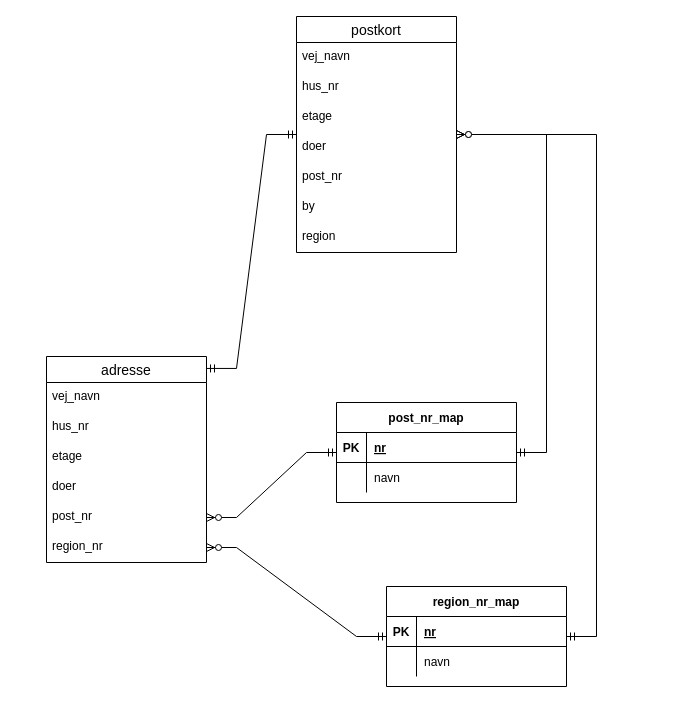
Above: str-opg-01/editable/er_diagram.drawio in camper0008/mysql-h1-practice (draw.io), before the change. Source tidied: cells renumbered, new cells numbered last; positions are measured from the earlier drawing's top-left corner, leaving out a move shared by most shapes. Both pictures are drawn from the tidied source at 100%, with x=0, y=0 at pixel (46, 16).
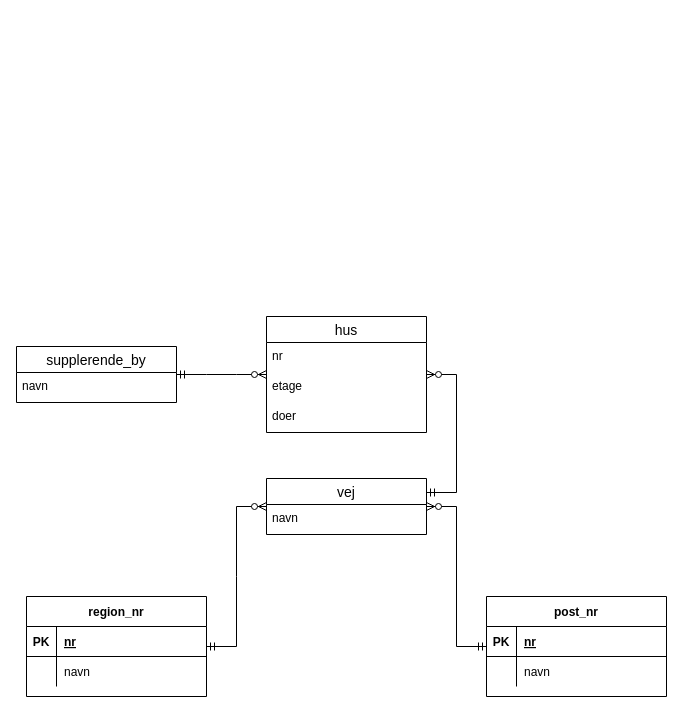
The same page after the edit.

Diff of the diagram source:
```diff
@@
-    <mxCell id="2" value="postkort" style="swimlane;fontStyle=0;horizontal=1;startSize=26;align=center;fontSize=14;" parent="1" vertex="1">
-      <mxGeometry x="250" width="160" height="236" as="geometry" />
+    <mxCell id="2" value="hus" style="swimlane;fontStyle=0;horizontal=1;startSize=26;align=center;fontSize=14;" parent="1" vertex="1">
+      <mxGeometry x="220" y="300" width="160" height="116" as="geometry" />
     </mxCell>
-    <mxCell id="3" value="vej_navn" style="text;strokeColor=none;fillColor=none;spacingLeft=4;spacingRight=4;overflow=hidden;fontSize=12;" parent="2" vertex="1">
-      <mxGeometry y="26" width="160" height="30" as="geometry" />
-    </mxCell>
-    <mxCell id="4" value="hus_nr" style="text;strokeColor=none;fillColor=none;spacingLeft=4;spacingRight=4;overflow=hidden;fontSize=12;" parent="2" vertex="1">
-      <mxGeometry y="56" width="160" height="30" as="geometry" />
+    <mxCell id="4" value="nr" style="text;strokeColor=none;fillColor=none;spacingLeft=4;spacingRight=4;overflow=hidden;fontSize=12;" parent="2" vertex="1">
+      <mxGeometry y="26" width="160" height="30" as="geometry" />
     </mxCell>
     <mxCell id="5" value="etage" style="text;strokeColor=none;fillColor=none;spacingLeft=4;spacingRight=4;overflow=hidden;fontSize=12;" parent="2" vertex="1">
-      <mxGeometry y="86" width="160" height="30" as="geometry" />
+      <mxGeometry y="56" width="160" height="30" as="geometry" />
     </mxCell>
     <mxCell id="6" value="doer" style="text;strokeColor=none;fillColor=none;spacingLeft=4;spacingRight=4;overflow=hidden;fontSize=12;" parent="2" vertex="1">
-      <mxGeometry y="116" width="160" height="30" as="geometry" />
+      <mxGeometry y="86" width="160" height="30" as="geometry" />
     </mxCell>
-    <mxCell id="7" value="post_nr" style="text;strokeColor=none;fillColor=none;spacingLeft=4;spacingRight=4;overflow=hidden;fontSize=12;" parent="2" vertex="1">
-      <mxGeometry y="146" width="160" height="30" as="geometry" />
-    </mxCell>
-    <mxCell id="8" value="by" style="text;strokeColor=none;fillColor=none;spacingLeft=4;spacingRight=4;overflow=hidden;fontSize=12;" parent="2" vertex="1">
-      <mxGeometry y="176" width="160" height="30" as="geometry" />
-    </mxCell>
-    <mxCell id="9" value="region" style="text;strokeColor=none;fillColor=none;spacingLeft=4;spacingRight=4;overflow=hidden;fontSize=12;" parent="2" vertex="1">
-      <mxGeometry y="206" width="160" height="30" as="geometry" />
-    </mxCell>
-    <mxCell id="10" value="adresse" style="swimlane;fontStyle=0;horizontal=1;startSize=26;align=center;fontSize=14;" parent="1" vertex="1">
-      <mxGeometry y="340" width="160" height="206" as="geometry" />
+    <mxCell id="10" value="vej" style="swimlane;fontStyle=0;horizontal=1;startSize=26;align=center;fontSize=14;" parent="1" vertex="1">
+      <mxGeometry x="220" y="462" width="160" height="56" as="geometry" />
     </mxCell>
-    <mxCell id="11" value="vej_navn" style="text;strokeColor=none;fillColor=none;spacingLeft=4;spacingRight=4;overflow=hidden;fontSize=12;" parent="10" vertex="1">
+    <mxCell id="11" value="navn" style="text;strokeColor=none;fillColor=none;spacingLeft=4;spacingRight=4;overflow=hidden;fontSize=12;" parent="10" vertex="1">
       <mxGeometry y="26" width="160" height="30" as="geometry" />
     </mxCell>
-    <mxCell id="12" value="hus_nr" style="text;strokeColor=none;fillColor=none;spacingLeft=4;spacingRight=4;overflow=hidden;fontSize=12;" parent="10" vertex="1">
-      <mxGeometry y="56" width="160" height="30" as="geometry" />
-    </mxCell>
-    <mxCell id="13" value="etage" style="text;strokeColor=none;fillColor=none;spacingLeft=4;spacingRight=4;overflow=hidden;fontSize=12;" parent="10" vertex="1">
-      <mxGeometry y="86" width="160" height="30" as="geometry" />
-    </mxCell>
-    <mxCell id="14" value="doer" style="text;strokeColor=none;fillColor=none;spacingLeft=4;spacingRight=4;overflow=hidden;fontSize=12;" parent="10" vertex="1">
-      <mxGeometry y="116" width="160" height="30" as="geometry" />
-    </mxCell>
-    <mxCell id="15" value="post_nr" style="text;strokeColor=none;fillColor=none;spacingLeft=4;spacingRight=4;overflow=hidden;points=[[0,0.5],[1,0.5]];portConstraint=eastwest;fontSize=12;" parent="10" vertex="1">
-      <mxGeometry y="146" width="160" height="30" as="geometry" />
-    </mxCell>
-    <mxCell id="16" value="region_nr" style="text;strokeColor=none;fillColor=none;spacingLeft=4;spacingRight=4;overflow=hidden;points=[[0,0.5],[1,0.5]];portConstraint=eastwest;fontSize=12;" parent="10" vertex="1">
-      <mxGeometry y="176" width="160" height="30" as="geometry" />
-    </mxCell>
-    <mxCell id="17" style="edgeStyle=entityRelationEdgeStyle;fontSize=12;html=1;endArrow=ERmandOne;startArrow=ERmandOne;rounded=0;strokeWidth=1;exitX=1;exitY=0.058;exitDx=0;exitDy=0;exitPerimeter=0;" parent="1" edge="1" source="10" target="2">
-      <mxGeometry relative="1" as="geometry" />
-    </mxCell>
-    <mxCell id="18" value="post_nr_map" style="shape=table;startSize=30;childLayout=tableLayout;rowLines=0;fontStyle=1;align=center;" parent="1" vertex="1">
-      <mxGeometry x="290" y="386" width="180" height="100" as="geometry" />
-    </mxCell>
-    <mxCell id="19" style="shape=tableRow;horizontal=0;startSize=0;swimlaneHead=0;swimlaneBody=0;fillColor=none;top=0;left=0;right=0;bottom=1;" parent="18" vertex="1">
-      <mxGeometry y="30" width="180" height="30" as="geometry" />
-    </mxCell>
-    <mxCell id="20" value="PK" style="shape=partialRectangle;fillColor=none;top=0;left=0;bottom=0;right=0;fontStyle=1;overflow=hidden;" parent="19" vertex="1">
-      <mxGeometry width="30" height="30" as="geometry" />
-    </mxCell>
-    <mxCell id="21" value="nr" style="shape=partialRectangle;fillColor=none;top=0;left=0;bottom=0;right=0;align=left;spacingLeft=6;fontStyle=5;overflow=hidden;" parent="19" vertex="1">
-      <mxGeometry x="30" width="150" height="30" as="geometry" />
-    </mxCell>
-    <mxCell id="22" style="shape=tableRow;horizontal=0;startSize=0;swimlaneHead=0;swimlaneBody=0;fillColor=none;top=0;left=0;right=0;bottom=0;" parent="18" vertex="1">
-      <mxGeometry y="60" width="180" height="30" as="geometry" />
-    </mxCell>
-    <mxCell id="23" style="shape=partialRectangle;fillColor=none;top=0;left=0;bottom=0;right=0;overflow=hidden;" parent="22" vertex="1">
-      <mxGeometry width="30" height="30" as="geometry" />
-    </mxCell>
-    <mxCell id="24" value="navn" style="shape=partialRectangle;fillColor=none;top=0;left=0;bottom=0;right=0;align=left;spacingLeft=6;overflow=hidden;" parent="22" vertex="1">
-      <mxGeometry x="30" width="150" height="30" as="geometry" />
-    </mxCell>
-    <mxCell id="25" value="region_nr_map" style="shape=table;startSize=30;childLayout=tableLayout;rowLines=0;fontStyle=1;align=center;" parent="1" vertex="1">
-      <mxGeometry x="340" y="570" width="180" height="100" as="geometry" />
+    <mxCell id="25" value="region_nr" style="shape=table;startSize=30;childLayout=tableLayout;rowLines=0;fontStyle=1;align=center;" parent="1" vertex="1">
+      <mxGeometry x="-20" y="580" width="180" height="100" as="geometry" />
     </mxCell>
@@
-    <mxCell id="32" style="edgeStyle=entityRelationEdgeStyle;fontSize=12;html=1;endArrow=ERzeroToMany;startArrow=ERmandOne;rounded=0;strokeWidth=1;" parent="1" edge="1" source="25" target="16">
+    <mxCell id="32" style="edgeStyle=entityRelationEdgeStyle;fontSize=12;html=1;endArrow=ERzeroToMany;startArrow=ERmandOne;rounded=0;strokeWidth=1;" parent="1" edge="1" source="25" target="10">
       <mxGeometry relative="1" as="geometry" />
     </mxCell>
-    <mxCell id="33" style="edgeStyle=entityRelationEdgeStyle;fontSize=12;html=1;endArrow=ERzeroToMany;startArrow=ERmandOne;rounded=0;strokeWidth=1;" parent="1" edge="1" source="18" target="15">
-      <mxGeometry relative="1" as="geometry" />
-    </mxCell>
-    <mxCell id="34" style="edgeStyle=entityRelationEdgeStyle;fontSize=12;html=1;endArrow=ERzeroToMany;startArrow=ERmandOne;rounded=0;strokeWidth=1;" parent="1" edge="1" source="18" target="2">
-      <mxGeometry relative="1" as="geometry" />
-    </mxCell>
-    <mxCell id="35" style="edgeStyle=entityRelationEdgeStyle;fontSize=12;html=1;endArrow=ERzeroToMany;startArrow=ERmandOne;rounded=0;strokeWidth=1;" parent="1" edge="1" source="25" target="2">
-      <mxGeometry relative="1" as="geometry" />
-    </mxCell>
+    <mxCell id="18" value="post_nr" style="shape=table;startSize=30;childLayout=tableLayout;rowLines=0;fontStyle=1;align=center;" parent="1" vertex="1">
+      <mxGeometry x="440" y="580" width="180" height="100" as="geometry" />
+    </mxCell>
+    <mxCell id="19" style="shape=tableRow;horizontal=0;startSize=0;swimlaneHead=0;swimlaneBody=0;fillColor=none;top=0;left=0;right=0;bottom=1;" parent="18" vertex="1">
+      <mxGeometry y="30" width="180" height="30" as="geometry" />
+    </mxCell>
+    <mxCell id="20" value="PK" style="shape=partialRectangle;fillColor=none;top=0;left=0;bottom=0;right=0;fontStyle=1;overflow=hidden;" parent="19" vertex="1">
+      <mxGeometry width="30" height="30" as="geometry" />
+    </mxCell>
+    <mxCell id="21" value="nr" style="shape=partialRectangle;fillColor=none;top=0;left=0;bottom=0;right=0;align=left;spacingLeft=6;fontStyle=5;overflow=hidden;" parent="19" vertex="1">
+      <mxGeometry x="30" width="150" height="30" as="geometry" />
+    </mxCell>
+    <mxCell id="22" style="shape=tableRow;horizontal=0;startSize=0;swimlaneHead=0;swimlaneBody=0;fillColor=none;top=0;left=0;right=0;bottom=0;" parent="18" vertex="1">
+      <mxGeometry y="60" width="180" height="30" as="geometry" />
+    </mxCell>
+    <mxCell id="23" style="shape=partialRectangle;fillColor=none;top=0;left=0;bottom=0;right=0;overflow=hidden;" parent="22" vertex="1">
+      <mxGeometry width="30" height="30" as="geometry" />
+    </mxCell>
+    <mxCell id="24" value="navn" style="shape=partialRectangle;fillColor=none;top=0;left=0;bottom=0;right=0;align=left;spacingLeft=6;overflow=hidden;" parent="22" vertex="1">
+      <mxGeometry x="30" width="150" height="30" as="geometry" />
+    </mxCell>
+    <mxCell id="36" style="edgeStyle=entityRelationEdgeStyle;fontSize=12;html=1;endArrow=ERzeroToMany;startArrow=ERmandOne;rounded=0;strokeWidth=1;" parent="1" edge="1" source="18" target="10">
+      <mxGeometry relative="1" as="geometry" />
+    </mxCell>
+    <mxCell id="17" style="edgeStyle=entityRelationEdgeStyle;fontSize=12;html=1;endArrow=ERzeroToMany;startArrow=ERmandOne;rounded=0;strokeWidth=1;exitX=1;exitY=0.25;exitDx=0;exitDy=0;" parent="1" edge="1" source="10" target="2">
+      <mxGeometry relative="1" as="geometry" />
+    </mxCell>
+    <mxCell id="37" value="supplerende_by" style="swimlane;fontStyle=0;horizontal=1;startSize=26;align=center;fontSize=14;" parent="1" vertex="1">
+      <mxGeometry x="-30" y="330" width="160" height="56" as="geometry" />
+    </mxCell>
+    <mxCell id="38" value="navn" style="text;strokeColor=none;fillColor=none;spacingLeft=4;spacingRight=4;overflow=hidden;fontSize=12;" parent="37" vertex="1">
+      <mxGeometry y="26" width="160" height="30" as="geometry" />
+    </mxCell>
+    <mxCell id="39" style="edgeStyle=entityRelationEdgeStyle;fontSize=12;html=1;endArrow=ERzeroToMany;startArrow=ERmandOne;rounded=0;strokeWidth=1;" parent="1" edge="1" source="37" target="2">
+      <mxGeometry relative="1" as="geometry" />
+    </mxCell>
```
